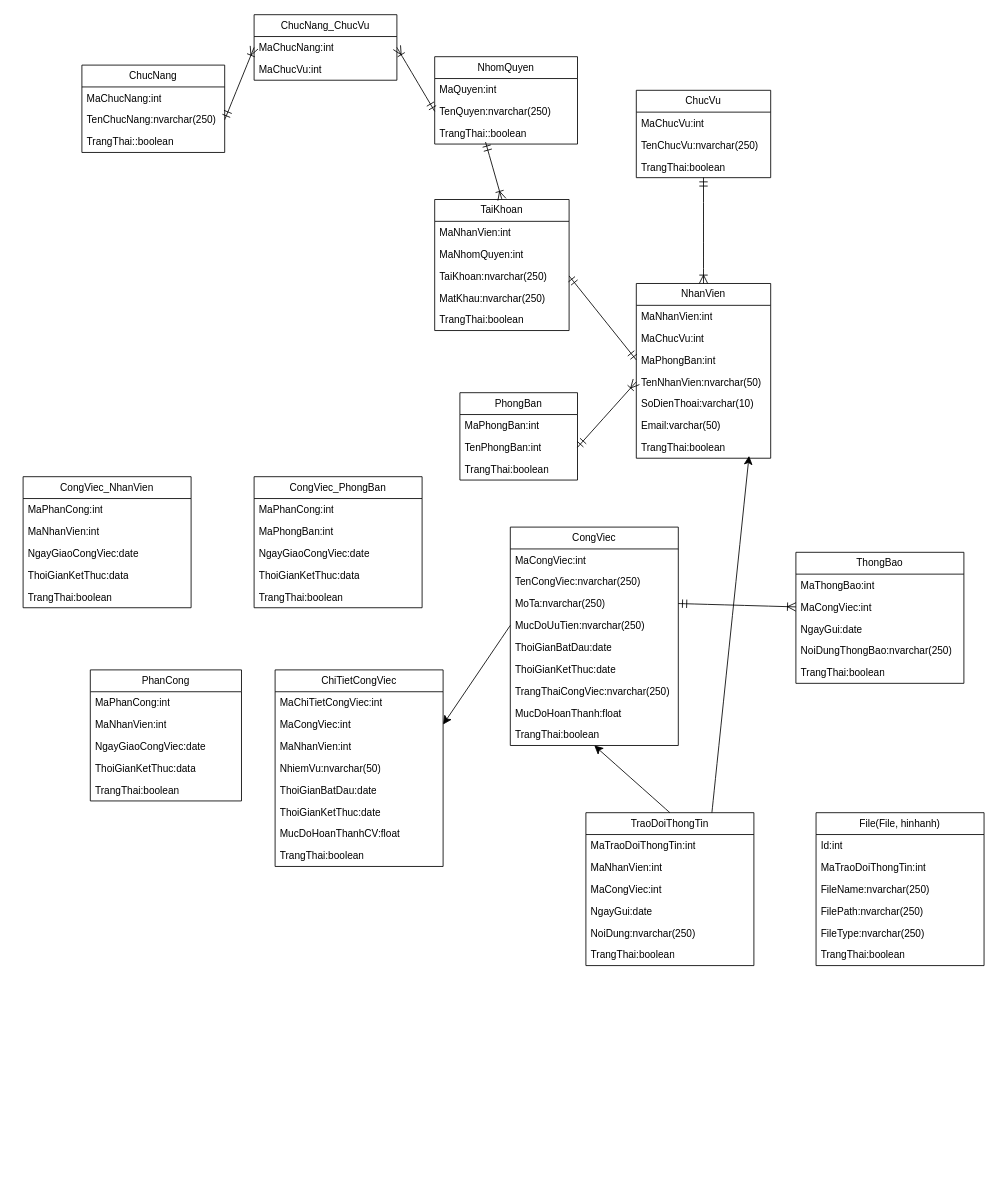
Above: j2ee.drawio in maivantai2003/vercelDemo (draw.io), before the change. Source tidied: cells renumbered, new cells numbered last; positions are measured from the earlier drawing's top-left corner, leaving out a move shared by most shapes. Both pictures are drawn from the tidied source at 84%, with x=0, y=0 at pixel (23, 14).
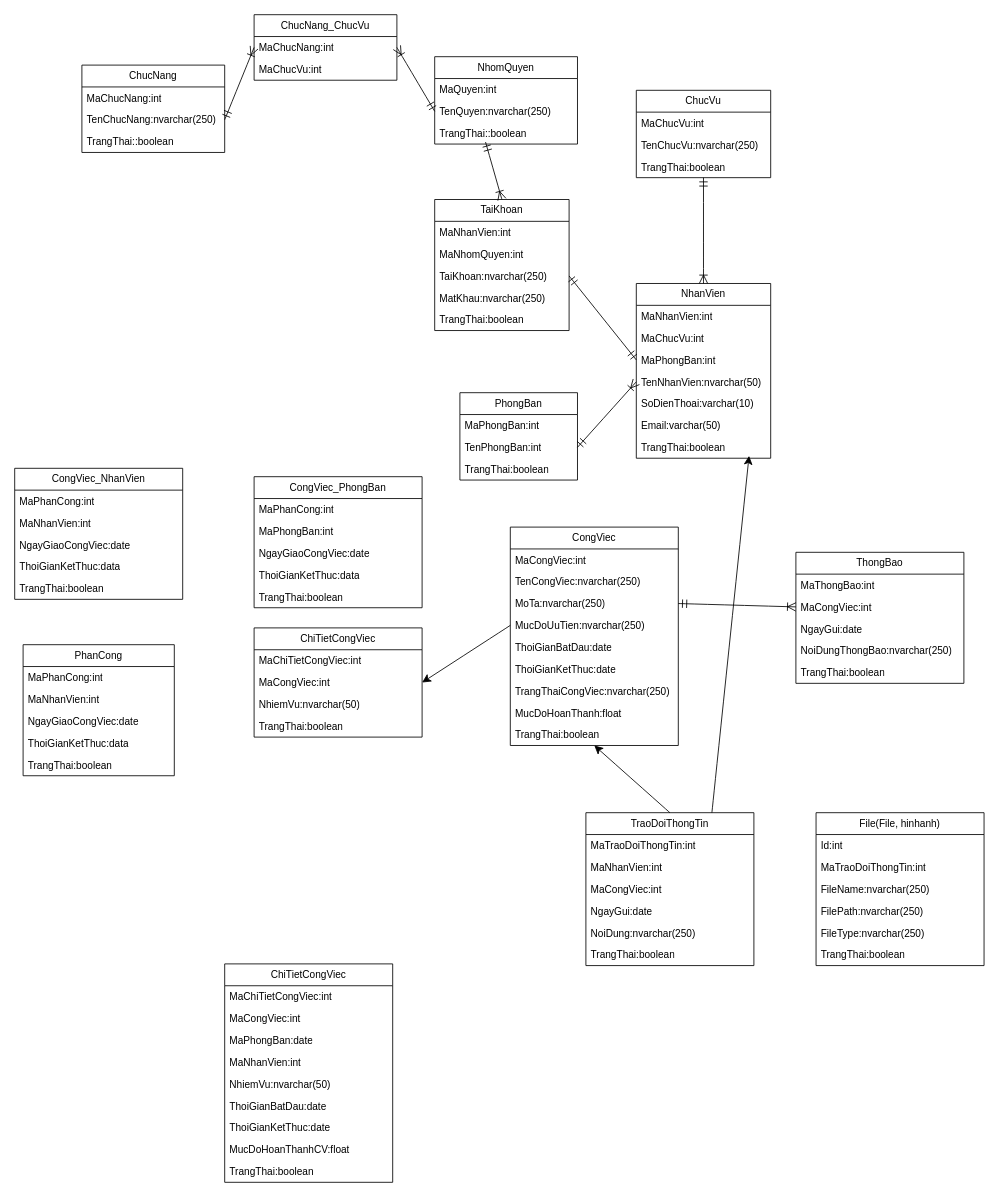
The same page after the edit.

Change to the diagram source:
```diff
@@
     <mxCell id="32" value="CongViec_NhanVien" style="swimlane;fontStyle=0;horizontal=1;startSize=26;fillColor=none;whiteSpace=wrap;html=1;" parent="1" vertex="1">
-      <mxGeometry y="550" width="200" height="156" as="geometry" />
+      <mxGeometry x="-10" y="540" width="200" height="156" as="geometry" />
     </mxCell>
@@
     <mxCell id="88" value="ChiTietCongViec" style="swimlane;fontStyle=0;horizontal=1;startSize=26;fillColor=none;whiteSpace=wrap;html=1;" parent="1" vertex="1">
-      <mxGeometry x="300" y="780" width="200" height="234" as="geometry" />
+      <mxGeometry x="275" y="730" width="200" height="130" as="geometry" />
     </mxCell>
@@
-    <mxCell id="91" value="MaNhanVien:int" style="text;strokeColor=none;fillColor=none;align=left;verticalAlign=top;spacingLeft=4;spacingRight=4;overflow=hidden;whiteSpace=wrap;html=1;" parent="88" vertex="1">
-      <mxGeometry y="78" width="200" height="26" as="geometry" />
-    </mxCell>
     <mxCell id="92" value="NhiemVu:nvarchar(50)" style="text;strokeColor=none;fillColor=none;align=left;verticalAlign=top;spacingLeft=4;spacingRight=4;overflow=hidden;whiteSpace=wrap;html=1;" parent="88" vertex="1">
-      <mxGeometry y="104" width="200" height="26" as="geometry" />
+      <mxGeometry y="78" width="200" height="26" as="geometry" />
     </mxCell>
-    <mxCell id="93" value="ThoiGianBatDau:date" style="text;strokeColor=none;fillColor=none;align=left;verticalAlign=top;spacingLeft=4;spacingRight=4;overflow=hidden;whiteSpace=wrap;html=1;" parent="88" vertex="1">
-      <mxGeometry y="130" width="200" height="26" as="geometry" />
-    </mxCell>
-    <mxCell id="94" value="ThoiGianKetThuc:date" style="text;strokeColor=none;fillColor=none;align=left;verticalAlign=top;spacingLeft=4;spacingRight=4;overflow=hidden;whiteSpace=wrap;html=1;" parent="88" vertex="1">
-      <mxGeometry y="156" width="200" height="26" as="geometry" />
-    </mxCell>
-    <mxCell id="95" value="MucDoHoanThanhCV:float" style="text;strokeColor=none;fillColor=none;align=left;verticalAlign=top;spacingLeft=4;spacingRight=4;overflow=hidden;whiteSpace=wrap;html=1;" parent="88" vertex="1">
-      <mxGeometry y="182" width="200" height="26" as="geometry" />
-    </mxCell>
     <mxCell id="96" value="TrangThai:boolean" style="text;strokeColor=none;fillColor=none;align=left;verticalAlign=top;spacingLeft=4;spacingRight=4;overflow=hidden;whiteSpace=wrap;html=1;" parent="88" vertex="1">
-      <mxGeometry y="208" width="200" height="26" as="geometry" />
+      <mxGeometry y="104" width="200" height="26" as="geometry" />
     </mxCell>
     <mxCell id="97" value="PhanCong" style="swimlane;fontStyle=0;horizontal=1;startSize=26;fillColor=none;whiteSpace=wrap;html=1;" parent="1" vertex="1">
-      <mxGeometry x="80" y="780" width="180" height="156" as="geometry" />
+      <mxGeometry y="750" width="180" height="156" as="geometry" />
     </mxCell>
@@
+    <mxCell id="103" value="ChiTietCongViec" style="swimlane;fontStyle=0;horizontal=1;startSize=26;fillColor=none;whiteSpace=wrap;html=1;" parent="1" vertex="1">
+      <mxGeometry x="240" y="1130" width="200" height="260" as="geometry" />
+    </mxCell>
+    <mxCell id="104" value="MaChiTietCongViec:int" style="text;strokeColor=none;fillColor=none;align=left;verticalAlign=top;spacingLeft=4;spacingRight=4;overflow=hidden;whiteSpace=wrap;html=1;" parent="103" vertex="1">
+      <mxGeometry y="26" width="200" height="26" as="geometry" />
+    </mxCell>
+    <mxCell id="105" value="MaCongViec:int" style="text;strokeColor=none;fillColor=none;align=left;verticalAlign=top;spacingLeft=4;spacingRight=4;overflow=hidden;whiteSpace=wrap;html=1;" parent="103" vertex="1">
+      <mxGeometry y="52" width="200" height="26" as="geometry" />
+    </mxCell>
+    <mxCell id="106" value="MaPhongBan:date" style="text;strokeColor=none;fillColor=none;align=left;verticalAlign=top;spacingLeft=4;spacingRight=4;overflow=hidden;whiteSpace=wrap;html=1;" parent="103" vertex="1">
+      <mxGeometry y="78" width="200" height="26" as="geometry" />
+    </mxCell>
+    <mxCell id="91" value="MaNhanVien:int" style="text;strokeColor=none;fillColor=none;align=left;verticalAlign=top;spacingLeft=4;spacingRight=4;overflow=hidden;whiteSpace=wrap;html=1;" parent="103" vertex="1">
+      <mxGeometry y="104" width="200" height="26" as="geometry" />
+    </mxCell>
+    <mxCell id="107" value="NhiemVu:nvarchar(50)" style="text;strokeColor=none;fillColor=none;align=left;verticalAlign=top;spacingLeft=4;spacingRight=4;overflow=hidden;whiteSpace=wrap;html=1;" parent="103" vertex="1">
+      <mxGeometry y="130" width="200" height="26" as="geometry" />
+    </mxCell>
+    <mxCell id="93" value="ThoiGianBatDau:date" style="text;strokeColor=none;fillColor=none;align=left;verticalAlign=top;spacingLeft=4;spacingRight=4;overflow=hidden;whiteSpace=wrap;html=1;" parent="103" vertex="1">
+      <mxGeometry y="156" width="200" height="26" as="geometry" />
+    </mxCell>
+    <mxCell id="94" value="ThoiGianKetThuc:date" style="text;strokeColor=none;fillColor=none;align=left;verticalAlign=top;spacingLeft=4;spacingRight=4;overflow=hidden;whiteSpace=wrap;html=1;" parent="103" vertex="1">
+      <mxGeometry y="182" width="200" height="26" as="geometry" />
+    </mxCell>
+    <mxCell id="95" value="MucDoHoanThanhCV:float" style="text;strokeColor=none;fillColor=none;align=left;verticalAlign=top;spacingLeft=4;spacingRight=4;overflow=hidden;whiteSpace=wrap;html=1;" parent="103" vertex="1">
+      <mxGeometry y="208" width="200" height="26" as="geometry" />
+    </mxCell>
+    <mxCell id="108" value="TrangThai:boolean" style="text;strokeColor=none;fillColor=none;align=left;verticalAlign=top;spacingLeft=4;spacingRight=4;overflow=hidden;whiteSpace=wrap;html=1;" parent="103" vertex="1">
+      <mxGeometry y="234" width="200" height="26" as="geometry" />
+    </mxCell>
```
